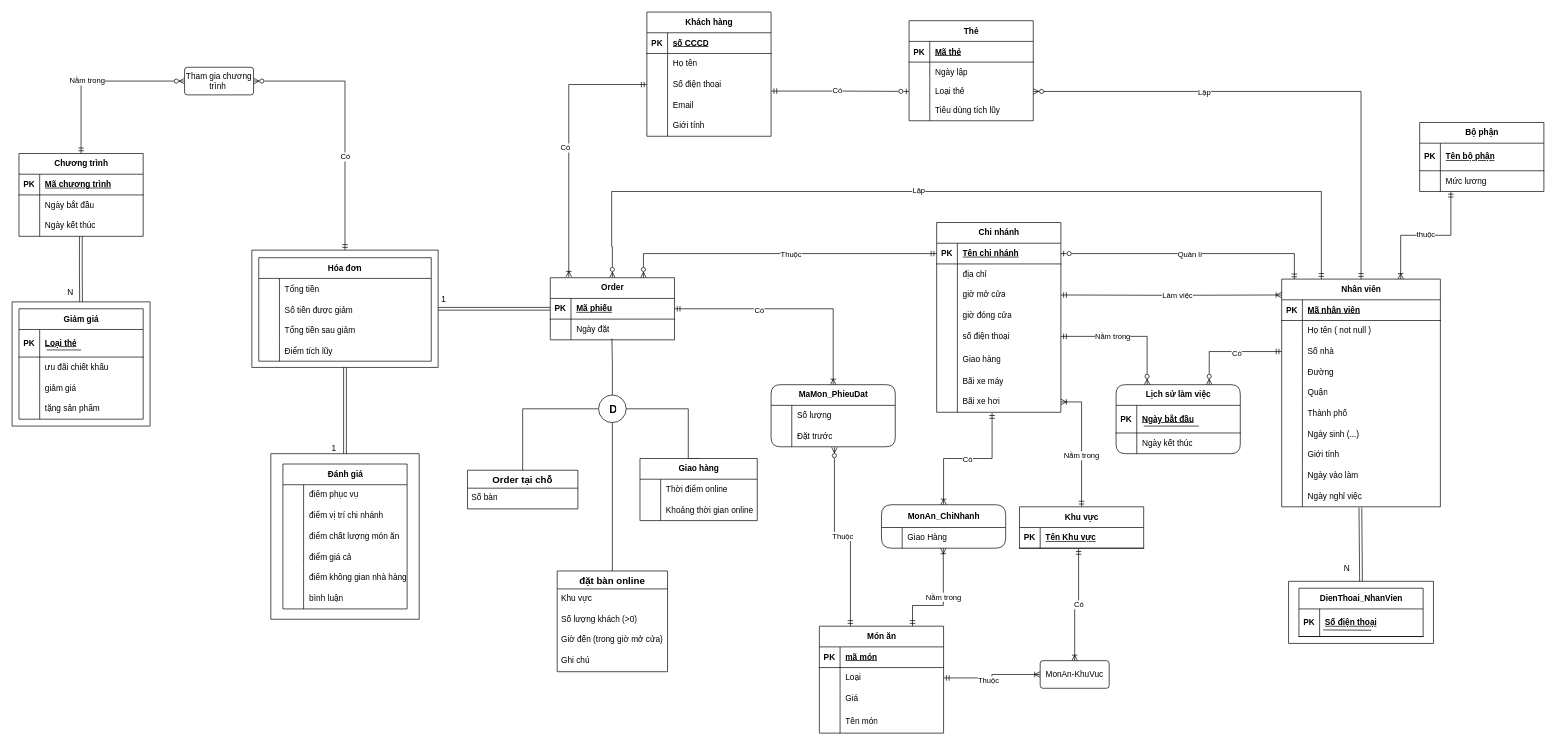
The draw.io diagram ER/ER-SecondHalf.drawio in botbienn/Do-an-sushi-CSDL-22-1-nhom-10, before the edit. Source tidied: cells renumbered, new cells numbered last; positions are measured from the earlier drawing's top-left corner, leaving out a move shared by most shapes. Both pictures are drawn from the tidied source at 69%, with x=0, y=0 at pixel (12, 12).
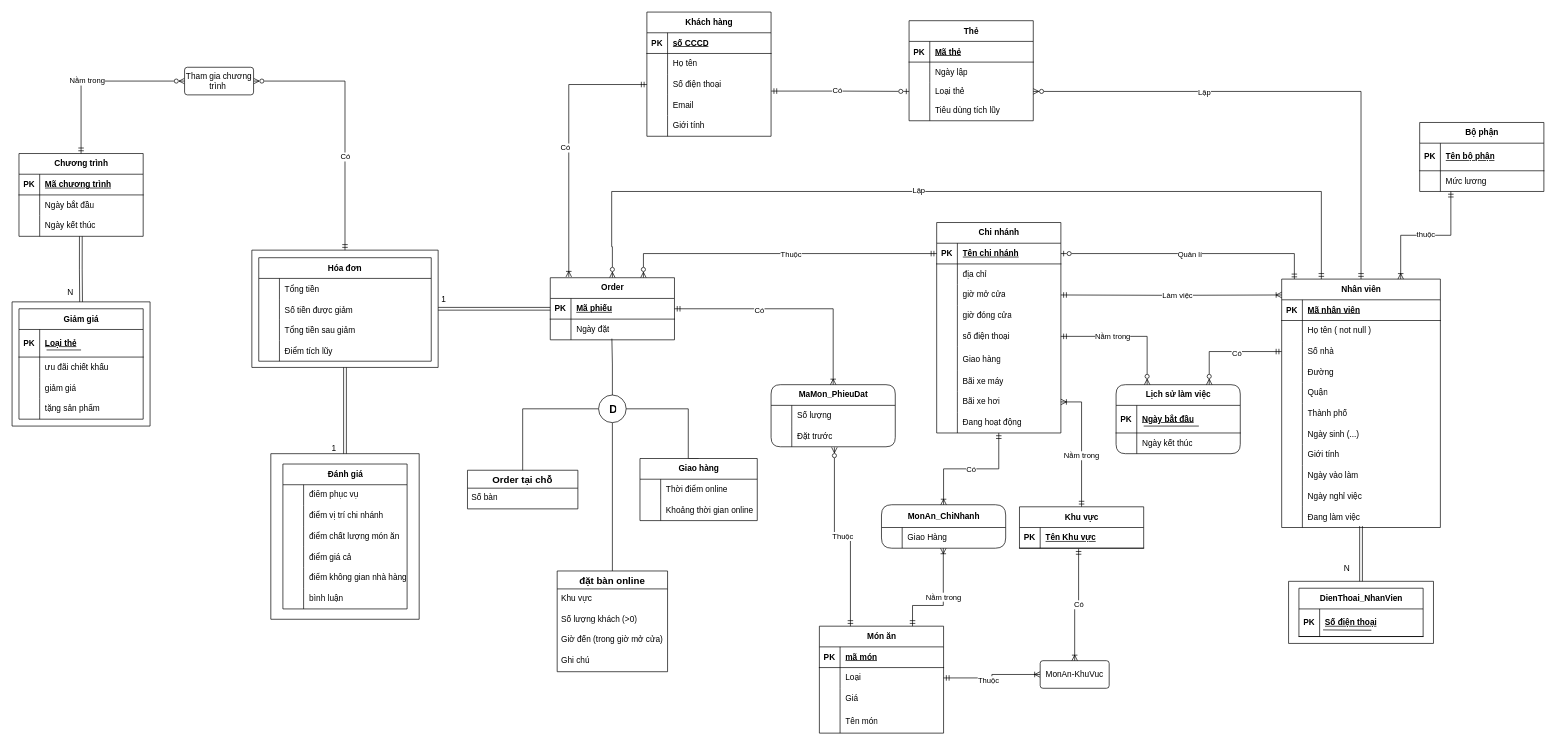
After the change.

Unchanged cells that the change refers to:
```xml
<mxCell id="45" style="shape=tableRow;horizontal=0;startSize=0;swimlaneHead=0;swimlaneBody=0;fillColor=none;points=[[0,0.5],[1,0.5]];portConstraint=eastwest;top=0;left=0;right=0;bottom=0;" parent="17" vertex="1">
  <mxGeometry y="300" width="230" height="30" as="geometry" />
</mxCell>
<mxCell id="79" style="shape=tableRow;horizontal=0;startSize=0;swimlaneHead=0;swimlaneBody=0;fillColor=none;points=[[0,0.5],[1,0.5]];portConstraint=eastwest;top=0;left=0;right=0;bottom=0;" parent="57" vertex="1">
  <mxGeometry y="245" width="180" height="30" as="geometry" />
</mxCell>
<mxCell id="138" style="swimlane;startSize=0;" parent="1" vertex="1">
  <mxGeometry x="1850" y="825" width="210" height="90" as="geometry" />
</mxCell>
<mxCell id="164" value="MonAn_ChiNhanh" style="shape=table;startSize=33;childLayout=tableLayout;rowLines=0;fontStyle=1;align=center;html=1;rounded=1;" parent="1" vertex="1">
  <mxGeometry x="1260" y="714" width="180" height="63" as="geometry" />
</mxCell>
<mxCell id="235" style="shape=tableRow;horizontal=0;startSize=0;swimlaneHead=0;swimlaneBody=0;fillColor=none;points=[[0,0.5],[1,0.5]];portConstraint=eastwest;top=0;left=0;right=0;bottom=1;" parent="234" vertex="1">
  <mxGeometry y="30" width="180" height="30" as="geometry" />
</mxCell>
<mxCell id="240" value="MonAn-KhuVuc" style="rounded=1;arcSize=10;whiteSpace=wrap;html=1;align=center;" parent="1" vertex="1">
  <mxGeometry x="1490" y="940" width="100" height="40" as="geometry" />
</mxCell>
```

Change to the diagram source:
```diff
@@
     <mxCell id="17" value="Nhân viên" style="shape=table;startSize=30;childLayout=tableLayout;rowLines=0;fontStyle=1;align=center;html=1;" parent="1" vertex="1">
-      <mxGeometry x="1840" y="387" width="230" height="330" as="geometry" />
+      <mxGeometry x="1840" y="387" width="230" height="360" as="geometry" />
     </mxCell>
@@
+    <mxCell id="269" style="shape=tableRow;horizontal=0;startSize=0;swimlaneHead=0;swimlaneBody=0;fillColor=none;points=[[0,0.5],[1,0.5]];portConstraint=eastwest;top=0;left=0;right=0;bottom=0;" parent="17" vertex="1">
+      <mxGeometry y="330" width="230" height="30" as="geometry" />
+    </mxCell>
+    <mxCell id="270" style="shape=partialRectangle;fillColor=none;top=0;left=0;bottom=0;right=0;overflow=hidden;whiteSpace=wrap;html=1;" parent="269" vertex="1">
+      <mxGeometry width="30" height="30" as="geometry" />
+    </mxCell>
+    <mxCell id="271" value="Đang làm việc&amp;nbsp;" style="shape=partialRectangle;fillColor=none;top=0;left=0;bottom=0;right=0;align=left;spacingLeft=6;overflow=hidden;whiteSpace=wrap;html=1;" parent="269" vertex="1">
+      <mxGeometry x="30" width="200" height="30" as="geometry" />
+    </mxCell>
@@
     <mxCell id="57" value="Chi nhánh" style="shape=table;startSize=30;childLayout=tableLayout;rowLines=0;fontStyle=1;align=center;html=1;" parent="1" vertex="1">
-      <mxGeometry x="1340" y="305" width="180" height="275" as="geometry" />
+      <mxGeometry x="1340" y="305" width="180" height="305" as="geometry" />
     </mxCell>
@@
+    <mxCell id="272" style="shape=tableRow;horizontal=0;startSize=0;swimlaneHead=0;swimlaneBody=0;fillColor=none;points=[[0,0.5],[1,0.5]];portConstraint=eastwest;top=0;left=0;right=0;bottom=0;" parent="57" vertex="1">
+      <mxGeometry y="275" width="180" height="30" as="geometry" />
+    </mxCell>
+    <mxCell id="273" style="shape=partialRectangle;fillColor=none;top=0;left=0;bottom=0;right=0;overflow=hidden;whiteSpace=wrap;html=1;" parent="272" vertex="1">
+      <mxGeometry width="30" height="30" as="geometry" />
+    </mxCell>
+    <mxCell id="274" value="Đang hoạt động" style="shape=partialRectangle;fillColor=none;top=0;left=0;bottom=0;right=0;align=left;spacingLeft=6;overflow=hidden;whiteSpace=wrap;html=1;" parent="272" vertex="1">
+      <mxGeometry x="30" width="150" height="30" as="geometry" />
+    </mxCell>
@@
-    <mxCell id="168" style="edgeStyle=orthogonalEdgeStyle;fontSize=12;html=1;endArrow=ERmandOne;startArrow=ERoneToMany;rounded=0;entryX=0.446;entryY=1.023;entryDx=0;entryDy=0;entryPerimeter=0;exitX=0.5;exitY=0;exitDx=0;exitDy=0;startFill=0;endFill=0;" parent="1" edge="1" source="164" target="79">
+    <mxCell id="168" style="edgeStyle=orthogonalEdgeStyle;fontSize=12;html=1;endArrow=ERmandOne;startArrow=ERoneToMany;rounded=0;entryX=0.5;entryY=1;entryDx=0;entryDy=0;exitX=0.5;exitY=0;exitDx=0;exitDy=0;startFill=0;endFill=0;entryPerimeter=0;" parent="1" edge="1" source="164" target="272">
       <mxGeometry relative="1" as="geometry" />
     </mxCell>
@@
-    <mxCell id="232" style="shape=link;html=1;rounded=0;exitX=0.496;exitY=1.033;exitDx=0;exitDy=0;entryX=0.5;entryY=0;entryDx=0;entryDy=0;exitPerimeter=0;" parent="1" edge="1" source="45" target="138">
+    <mxCell id="232" style="shape=link;html=1;rounded=0;exitX=0.5;exitY=0.933;exitDx=0;exitDy=0;entryX=0.5;entryY=0;entryDx=0;entryDy=0;exitPerimeter=0;" parent="1" edge="1" source="269" target="138">
       <mxGeometry relative="1" as="geometry" />
     </mxCell>
@@
-    <mxCell id="241" style="edgeStyle=orthogonalEdgeStyle;fontSize=12;html=1;endArrow=ERoneToMany;startArrow=ERmandOne;rounded=0;exitX=0.476;exitY=1.025;exitDx=0;exitDy=0;endFill=0;entryX=0.5;entryY=0;entryDx=0;entryDy=0;exitPerimeter=0;" parent="1" edge="1" source="235" target="240">
-      <mxGeometry relative="1" as="geometry">
-        <Array as="points">
-          <mxPoint x="1546" y="860" />
-          <mxPoint x="1540" y="860" />
-        </Array>
-      </mxGeometry>
+    <mxCell id="241" style="edgeStyle=orthogonalEdgeStyle;fontSize=12;html=1;endArrow=ERoneToMany;startArrow=ERmandOne;rounded=0;exitX=0.476;exitY=1.025;exitDx=0;exitDy=0;endFill=0;exitPerimeter=0;entryX=0.5;entryY=0;entryDx=0;entryDy=0;" parent="1" edge="1" source="235" target="240">
+      <mxGeometry relative="1" as="geometry" />
     </mxCell>
```
